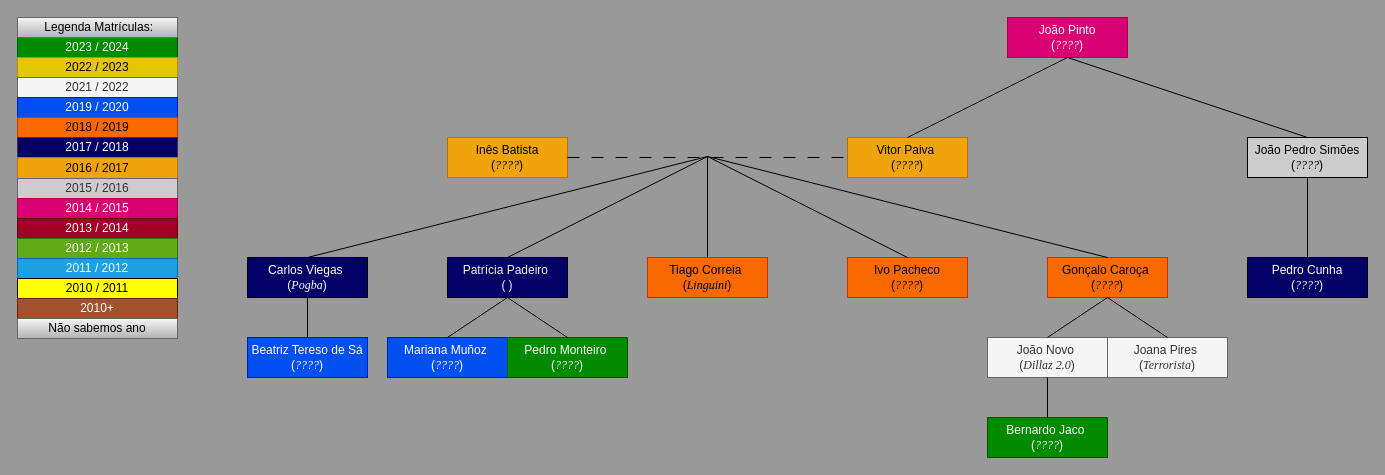
Before: Draw.io/Familia_do_João_Pinto.drawio in pdmtmr/PDMTMRTESTLOCATION-AKA-ARBUSTO, a draw.io diagram. Source tidied: cells renumbered, new cells numbered last; positions are measured from the earlier drawing's top-left corner, leaving out a move shared by most shapes. Both pictures are drawn from the tidied source at 100%, with x=0, y=0 at pixel (17, 17).
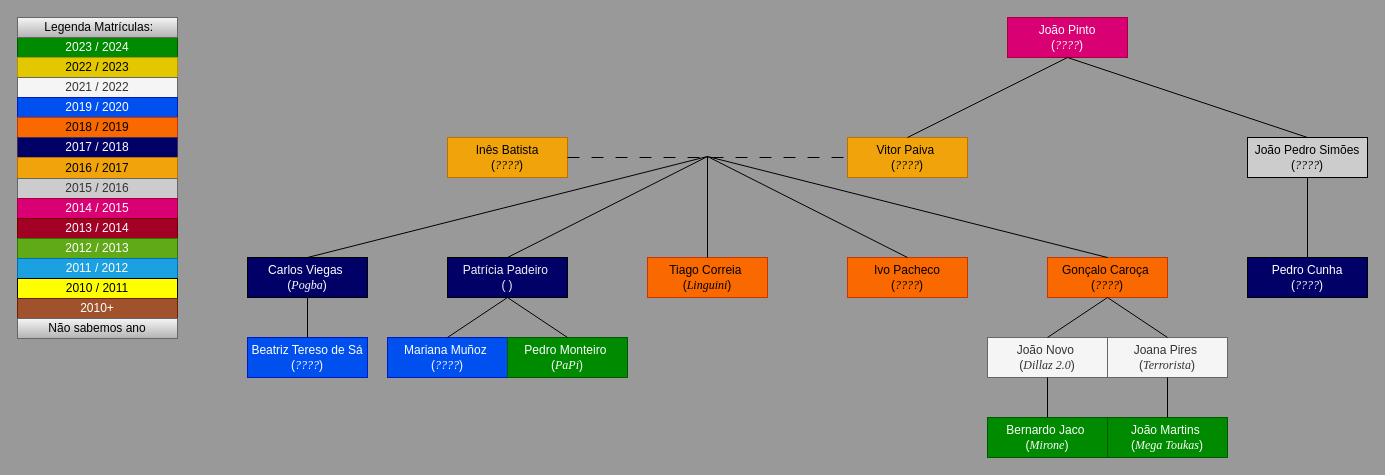
Above is the later version.

The change refers to these unchanged cells:
```xml
<mxCell id="25" value="&lt;div&gt;Joana Pires&amp;nbsp;&lt;/div&gt;&lt;div&gt;(&lt;font face=&quot;Times New Roman&quot;&gt;&lt;i&gt;Terrorista&lt;/i&gt;&lt;/font&gt;)&lt;/div&gt;" style="rounded=0;whiteSpace=wrap;html=1;fillColor=#f5f5f5;fontColor=#333333;strokeColor=#666666;" parent="1" vertex="1">
  <mxGeometry x="1090" y="320" width="120" height="40" as="geometry" />
</mxCell>
```

What changed in the source:
```diff
@@
-    <mxCell id="27" value="&lt;div&gt;Pedro Monteiro&amp;nbsp;&lt;/div&gt;&lt;div&gt;(&lt;font face=&quot;Times New Roman&quot;&gt;&lt;i&gt;????&lt;/i&gt;&lt;/font&gt;)&lt;/div&gt;" style="rounded=0;whiteSpace=wrap;html=1;fillColor=#008a00;fontColor=#ffffff;strokeColor=#005700;" parent="1" vertex="1">
+    <mxCell id="27" value="&lt;div&gt;Pedro Monteiro&amp;nbsp;&lt;/div&gt;&lt;div&gt;(&lt;font face=&quot;Times New Roman&quot;&gt;&lt;i&gt;PaPi&lt;/i&gt;&lt;/font&gt;)&lt;/div&gt;" style="rounded=0;whiteSpace=wrap;html=1;fillColor=#008a00;fontColor=#ffffff;strokeColor=#005700;" parent="1" vertex="1">
       <mxGeometry x="490" y="320" width="120" height="40" as="geometry" />
     </mxCell>
-    <mxCell id="28" value="&lt;div&gt;Bernardo Jaco&amp;nbsp;&lt;/div&gt;&lt;div&gt;(&lt;i&gt;&lt;font face=&quot;Times New Roman&quot;&gt;????&lt;/font&gt;&lt;/i&gt;)&lt;/div&gt;" style="rounded=0;whiteSpace=wrap;html=1;fillColor=#008a00;fontColor=#ffffff;strokeColor=#005700;" parent="1" vertex="1">
+    <mxCell id="28" value="&lt;div&gt;Bernardo Jaco&amp;nbsp;&lt;/div&gt;&lt;div&gt;(&lt;font face=&quot;Times New Roman&quot;&gt;&lt;i&gt;Mirone&lt;/i&gt;&lt;/font&gt;)&lt;/div&gt;" style="rounded=0;whiteSpace=wrap;html=1;fillColor=#008a00;fontColor=#ffffff;strokeColor=#005700;" parent="1" vertex="1">
       <mxGeometry x="970" y="400" width="120" height="40" as="geometry" />
     </mxCell>
@@
+    <mxCell id="49" value="&lt;div&gt;João Martins&amp;nbsp;&lt;/div&gt;&lt;div&gt;(&lt;font face=&quot;Times New Roman&quot;&gt;&lt;i&gt;Mega Toukas&lt;/i&gt;&lt;/font&gt;)&lt;/div&gt;" style="rounded=0;whiteSpace=wrap;html=1;fillColor=#008a00;fontColor=#ffffff;strokeColor=#005700;" parent="1" vertex="1">
+      <mxGeometry x="1090" y="400" width="120" height="40" as="geometry" />
+    </mxCell>
+    <mxCell id="50" style="endArrow=none;html=1;rounded=0;exitX=0.5;exitY=0;exitDx=0;exitDy=0;entryX=0.5;entryY=1;entryDx=0;entryDy=0;" parent="1" edge="1" source="49" target="25">
+      <mxGeometry relative="1" as="geometry" />
+    </mxCell>
```
